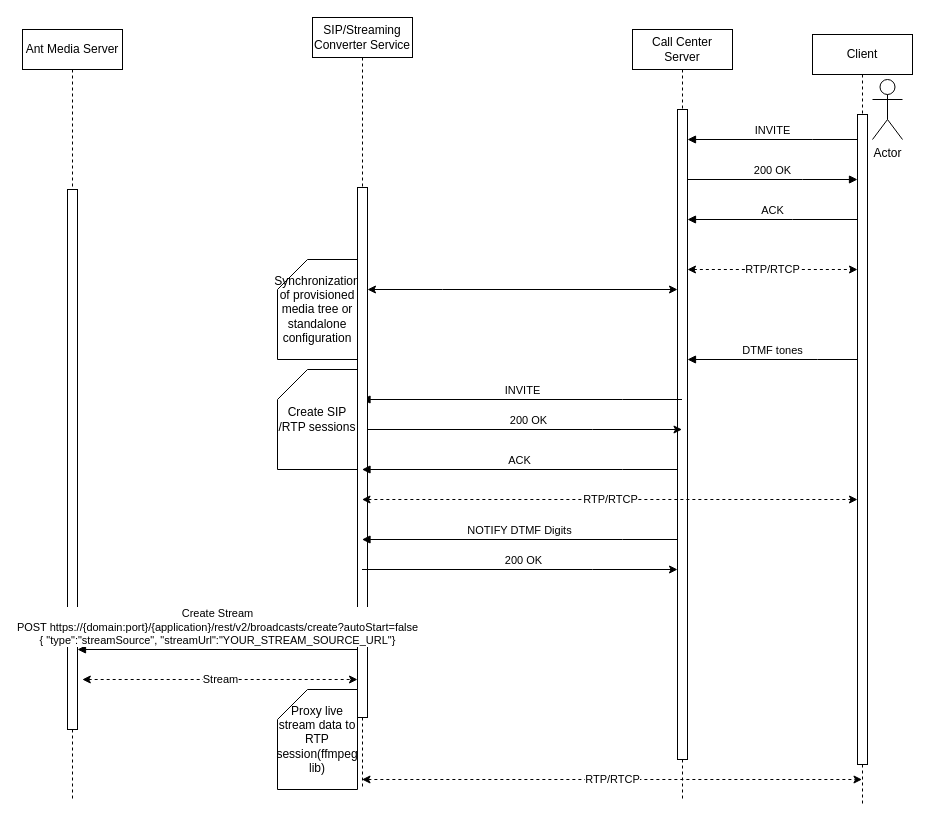
Earlier version of the draw.io diagram page "Page-1" (1 of 4) of callcenter-int/Başlıksız Diyagram.drawio (sezerdulger/drawio). Source tidied: cells renumbered, new cells numbered last; positions are measured from the earlier drawing's top-left corner, leaving out a move shared by most shapes. Both pictures are drawn from the tidied source at 100%, with x=0, y=0 at pixel (-8, 17).
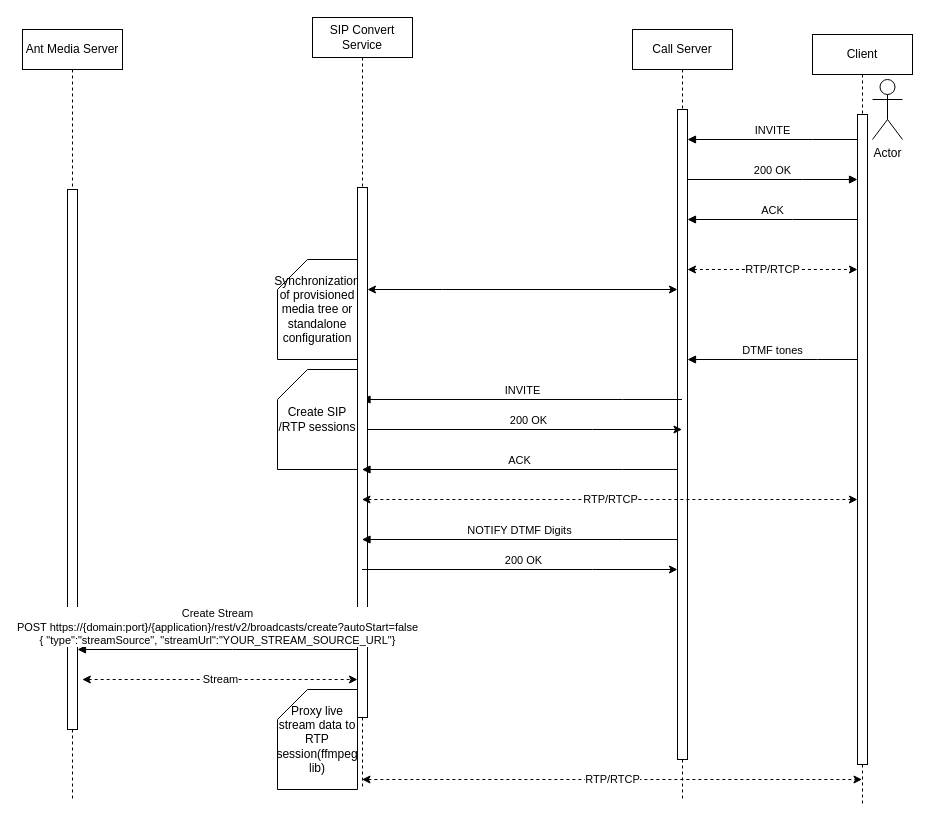
The same page after the edit.

Change to the diagram source:
```diff
@@
-    <mxCell id="2" value="Call Center Server" style="shape=umlLifeline;perimeter=lifelinePerimeter;whiteSpace=wrap;html=1;outlineConnect=0;portConstraint=eastwest;newEdgeStyle={&quot;edgeStyle&quot;:&quot;elbowEdgeStyle&quot;,&quot;elbow&quot;:&quot;vertical&quot;,&quot;curved&quot;:0,&quot;rounded&quot;:0};" parent="1" vertex="1">
+    <mxCell id="2" value="Call Server" style="shape=umlLifeline;perimeter=lifelinePerimeter;whiteSpace=wrap;html=1;outlineConnect=0;portConstraint=eastwest;newEdgeStyle={&quot;edgeStyle&quot;:&quot;elbowEdgeStyle&quot;,&quot;elbow&quot;:&quot;vertical&quot;,&quot;curved&quot;:0,&quot;rounded&quot;:0};" parent="1" vertex="1">
       <mxGeometry x="640" y="12" width="100" height="770" as="geometry" />
     </mxCell>
@@
-    <mxCell id="18" value="SIP/Streaming Converter Service" style="shape=umlLifeline;perimeter=lifelinePerimeter;whiteSpace=wrap;html=1;outlineConnect=0;portConstraint=eastwest;newEdgeStyle={&quot;edgeStyle&quot;:&quot;elbowEdgeStyle&quot;,&quot;elbow&quot;:&quot;vertical&quot;,&quot;curved&quot;:0,&quot;rounded&quot;:0};" parent="1" vertex="1">
+    <mxCell id="18" value="SIP Convert Service" style="shape=umlLifeline;perimeter=lifelinePerimeter;whiteSpace=wrap;html=1;outlineConnect=0;portConstraint=eastwest;newEdgeStyle={&quot;edgeStyle&quot;:&quot;elbowEdgeStyle&quot;,&quot;elbow&quot;:&quot;vertical&quot;,&quot;curved&quot;:0,&quot;rounded&quot;:0};" parent="1" vertex="1">
       <mxGeometry x="320" width="100" height="770" as="geometry" />
     </mxCell>
```
